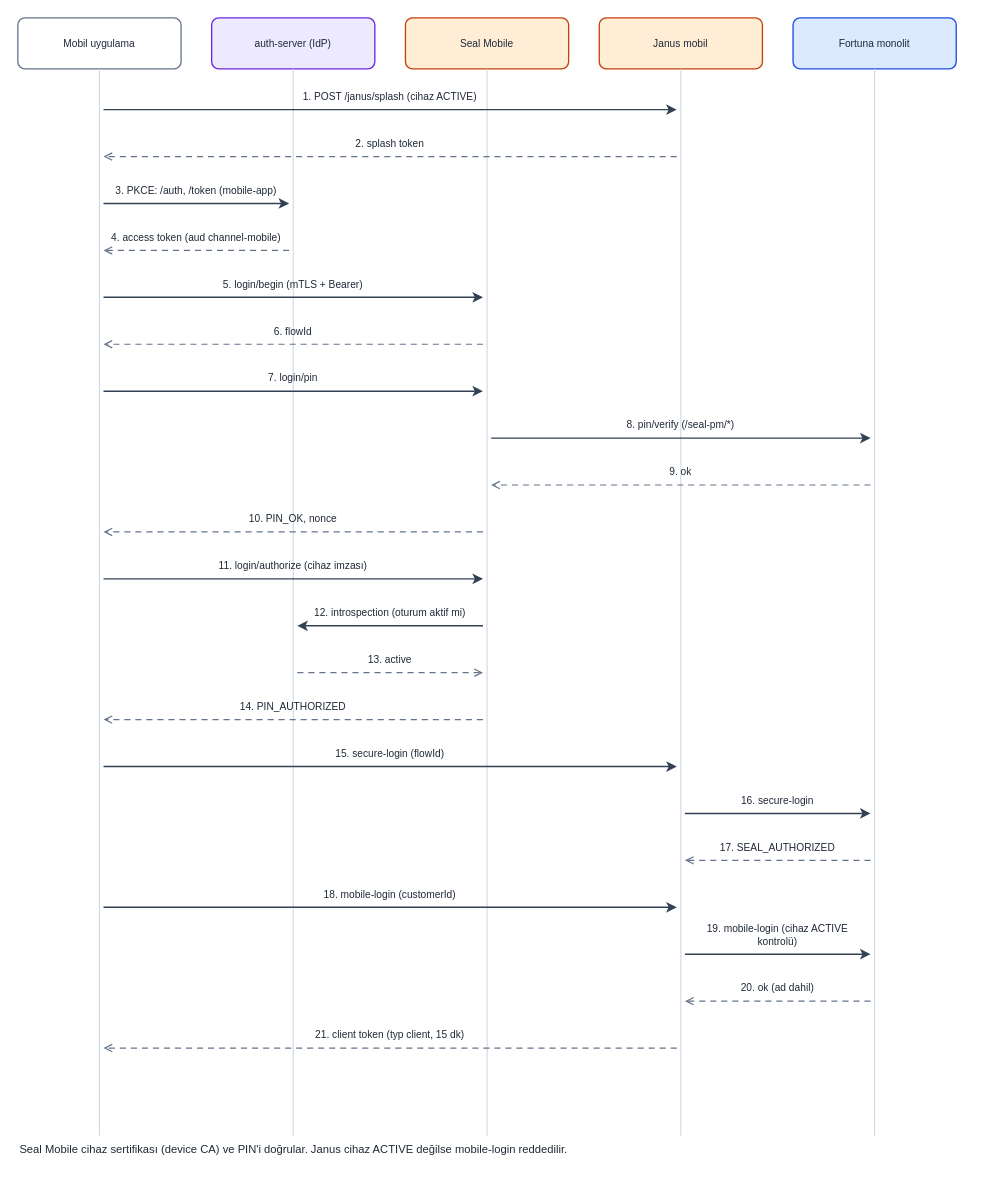
Before: page "Mobil giriş (mevcut cihaz)" (3 of 4) of docs/dmz-lab.drawio in olgunyldz/dmz-lab, a draw.io diagram. Source tidied: cells renumbered, new cells numbered last; positions are measured from the earlier drawing's top-left corner, leaving out a move shared by most shapes. Both pictures are drawn from the tidied source at 102%, with x=0, y=0 at pixel (17, 17).
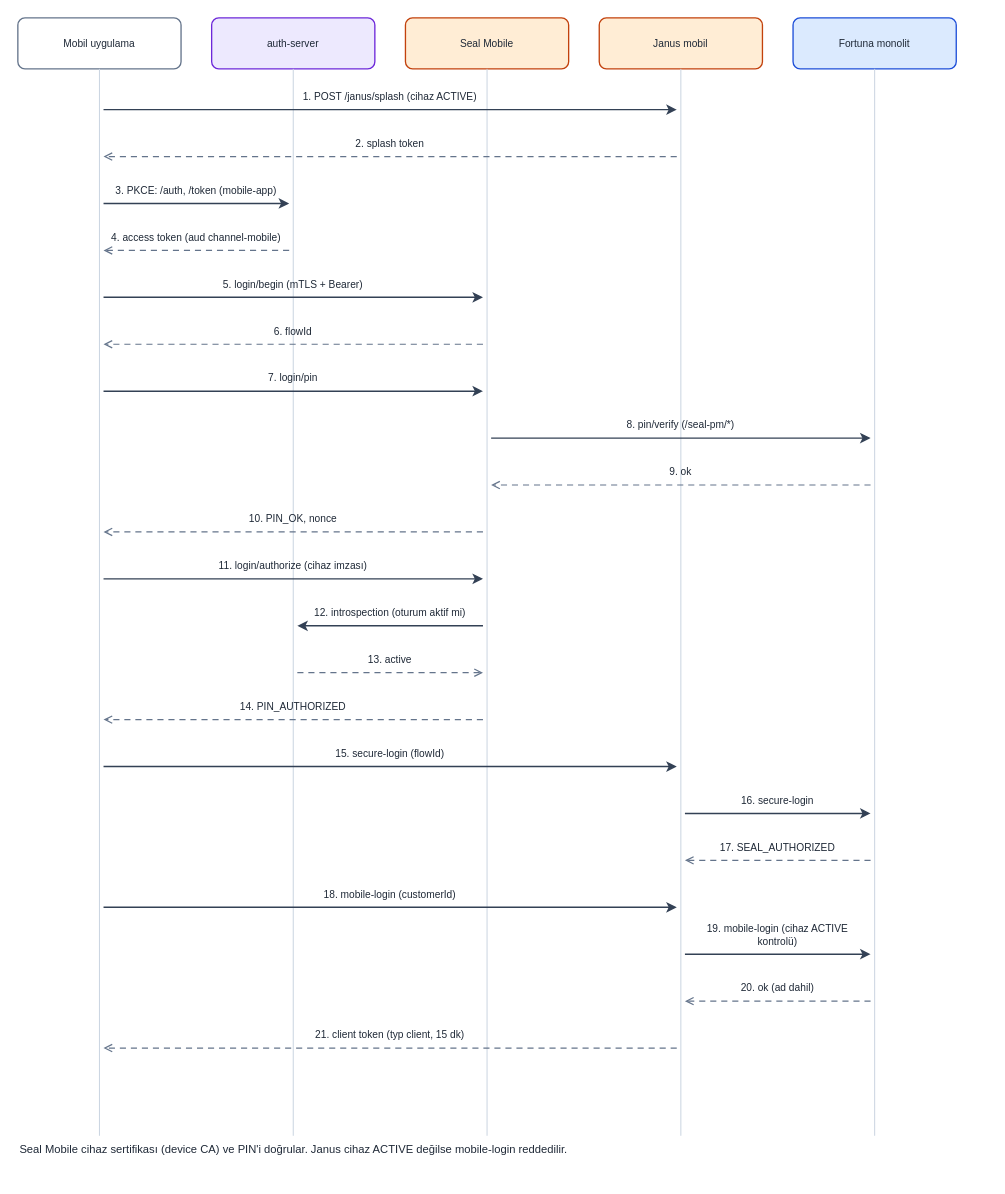
The same diagram, later.

The edit, as a diff of the source:
```diff
@@
-    <mxCell id="3" value="auth-server (IdP)" style="rounded=1;whiteSpace=wrap;html=1;arcSize=14;fillColor=#EDE9FE;strokeColor=#6D28D9;strokeWidth=1.3;fontSize=10;fontColor=#1F2937;spacing=6;" parent="1" vertex="1">
+    <mxCell id="3" value="auth-server" style="rounded=1;whiteSpace=wrap;html=1;arcSize=14;fillColor=#EDE9FE;strokeColor=#6D28D9;strokeWidth=1.3;fontSize=10;fontColor=#1F2937;spacing=6;" parent="1" vertex="1">
       <mxGeometry x="190" width="160" height="50" as="geometry" />
     </mxCell>
```
